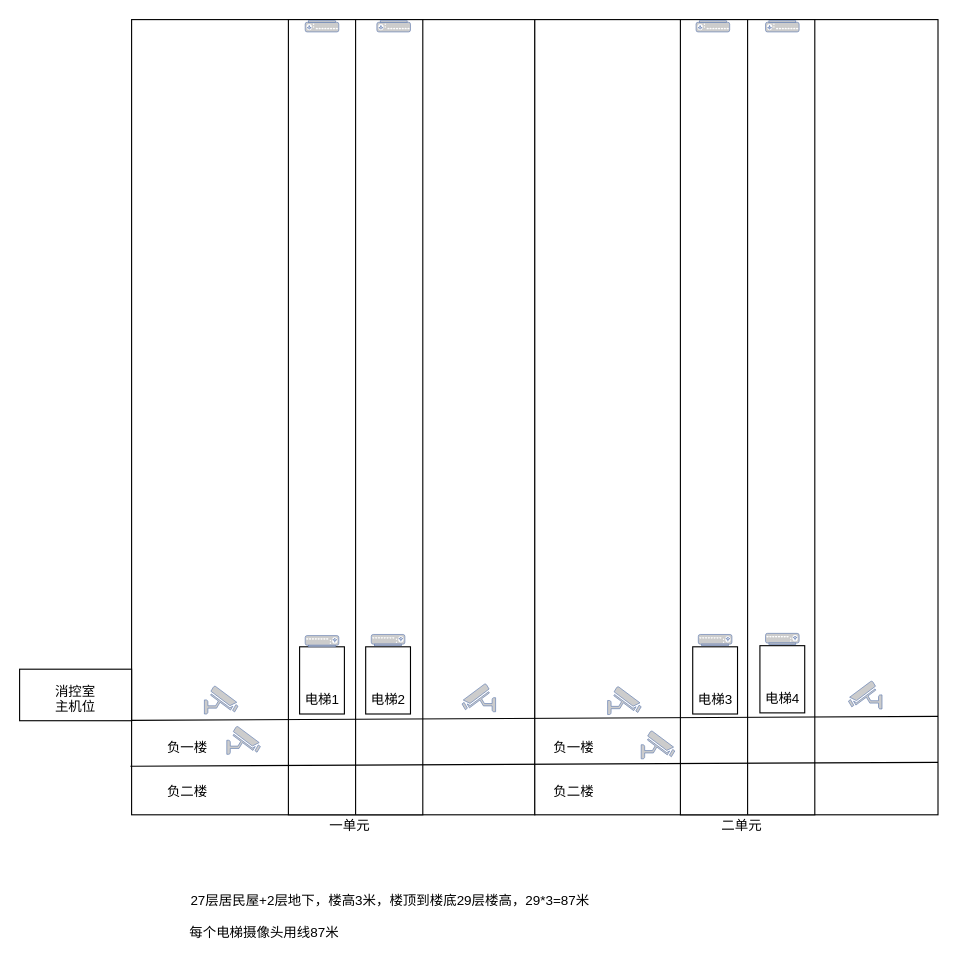
Earlier version of the draw.io diagram 监控示意图.drawio (UTOUUCENTER-CD/draw.io). Source tidied: cells renumbered, new cells numbered last; positions are measured from the earlier drawing's top-left corner, leaving out a move shared by most shapes. Both pictures are drawn from the tidied source at 112%, with x=0, y=0 at pixel (19, 19).
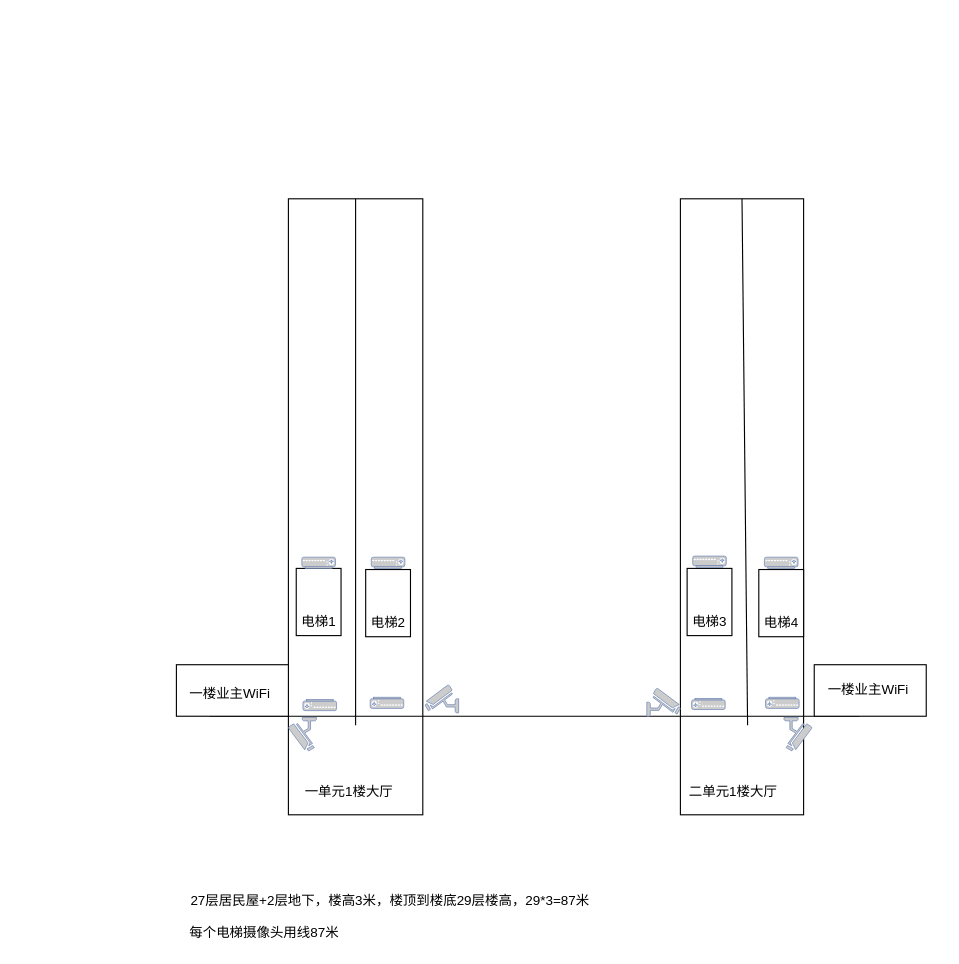
After the change.

Commit message:
2栋业主众筹监控安装示意图.drawio

What changed in the source:
```diff
@@
-    <mxCell id="2" style="rounded=0;whiteSpace=wrap;html=1;" parent="1" vertex="1">
-      <mxGeometry x="100" width="360" height="710" as="geometry" />
-    </mxCell>
-    <mxCell id="3" style="rounded=0;whiteSpace=wrap;html=1;" parent="1" vertex="1">
-      <mxGeometry x="460" width="360" height="710" as="geometry" />
-    </mxCell>
     <mxCell id="4" style="rounded=0;whiteSpace=wrap;html=1;" parent="1" vertex="1">
-      <mxGeometry x="240" width="120" height="710" as="geometry" />
+      <mxGeometry x="240" y="160" width="120" height="550" as="geometry" />
     </mxCell>
-    <mxCell id="5" style="endArrow=none;html=1;entryX=0.5;entryY=0;entryDx=0;entryDy=0;exitX=0.5;exitY=1;exitDx=0;exitDy=0;" parent="1" edge="1" source="4" target="4">
-      <mxGeometry relative="1" as="geometry" />
+    <mxCell id="5" style="endArrow=none;html=1;entryX=0.5;entryY=0;entryDx=0;entryDy=0;" parent="1" edge="1" target="4">
+      <mxGeometry relative="1" as="geometry">
+        <mxPoint x="300" y="630" as="sourcePoint" />
+      </mxGeometry>
     </mxCell>
     <mxCell id="6" style="rounded=0;whiteSpace=wrap;html=1;" parent="1" vertex="1">
-      <mxGeometry x="590" width="120" height="710" as="geometry" />
+      <mxGeometry x="590" y="160" width="110" height="550" as="geometry" />
     </mxCell>
-    <mxCell id="7" style="endArrow=none;html=1;entryX=0.5;entryY=0;entryDx=0;entryDy=0;exitX=0.5;exitY=1;exitDx=0;exitDy=0;" parent="1" edge="1" source="6" target="6">
-      <mxGeometry relative="1" as="geometry" />
+    <mxCell id="7" style="endArrow=none;html=1;entryX=0.5;entryY=0;entryDx=0;entryDy=0;" parent="1" edge="1" target="6">
+      <mxGeometry relative="1" as="geometry">
+        <mxPoint x="650" y="630" as="sourcePoint" />
+      </mxGeometry>
     </mxCell>
-    <mxCell id="8" style="endArrow=none;html=1;exitX=-0.003;exitY=0.939;exitDx=0;exitDy=0;exitPerimeter=0;entryX=1;entryY=0.934;entryDx=0;entryDy=0;entryPerimeter=0;" parent="1" edge="1" source="2" target="3">
-      <mxGeometry relative="1" as="geometry" />
-    </mxCell>
-    <mxCell id="9" style="endArrow=none;html=1;exitX=-0.003;exitY=0.939;exitDx=0;exitDy=0;exitPerimeter=0;entryX=1;entryY=0.934;entryDx=0;entryDy=0;entryPerimeter=0;" parent="1" edge="1">
+    <mxCell id="9" style="endArrow=none;html=1;" parent="1" edge="1">
       <mxGeometry relative="1" as="geometry">
-        <mxPoint x="98.9" y="625.7" as="sourcePoint" />
-        <mxPoint x="820" y="622.1" as="targetPoint" />
+        <mxPoint x="170" y="622" as="sourcePoint" />
+        <mxPoint x="750" y="622" as="targetPoint" />
       </mxGeometry>
     </mxCell>
-    <mxCell id="10" value="负一楼" style="text;html=1;align=left;verticalAlign=top;spacingTop=-4;" parent="1" vertex="1">
-      <mxGeometry x="130" y="640" width="50" height="20" as="geometry" />
-    </mxCell>
-    <mxCell id="11" value="负二楼" style="text;html=1;align=left;verticalAlign=top;spacingTop=-4;" parent="1" vertex="1">
-      <mxGeometry x="130" y="680" width="50" height="20" as="geometry" />
-    </mxCell>
-    <mxCell id="12" style="fontColor=#0066CC;verticalAlign=top;verticalLabelPosition=bottom;labelPosition=center;align=center;html=1;fillColor=#CCCCCC;strokeColor=#6881B3;gradientColor=none;gradientDirection=north;strokeWidth=2;shape=mxgraph.networks.security_camera;" parent="1" vertex="1">
-      <mxGeometry x="165" y="595" width="30" height="25" as="geometry" />
+    <mxCell id="12" style="fontColor=#0066CC;verticalAlign=top;verticalLabelPosition=bottom;labelPosition=center;align=center;html=1;fillColor=#CCCCCC;strokeColor=#6881B3;gradientColor=none;gradientDirection=north;strokeWidth=2;shape=mxgraph.networks.security_camera;direction=south;flipH=1;" parent="1" vertex="1">
+      <mxGeometry x="240" y="623" width="25" height="30" as="geometry" />
     </mxCell>
     <mxCell id="13" style="fontColor=#0066CC;verticalAlign=top;verticalLabelPosition=bottom;labelPosition=center;align=center;html=1;fillColor=#CCCCCC;strokeColor=#6881B3;gradientColor=none;gradientDirection=north;strokeWidth=2;shape=mxgraph.networks.security_camera;flipH=1;" parent="1" vertex="1">
-      <mxGeometry x="395" y="593" width="30" height="25" as="geometry" />
+      <mxGeometry x="362" y="594" width="30" height="25" as="geometry" />
     </mxCell>
-    <mxCell id="14" style="fontColor=#0066CC;verticalAlign=top;verticalLabelPosition=bottom;labelPosition=center;align=center;html=1;fillColor=#CCCCCC;strokeColor=#6881B3;gradientColor=none;gradientDirection=north;strokeWidth=2;shape=mxgraph.networks.security_camera;" parent="1" vertex="1">
-      <mxGeometry x="185" y="631" width="30" height="25" as="geometry" />
-    </mxCell>
-    <mxCell id="15" style="group;" parent="1" vertex="1">
-      <mxGeometry x="250" y="560" width="53" height="60" as="geometry" />
-    </mxCell>
-    <mxCell id="16" style="rounded=0;whiteSpace=wrap;html=1;" parent="15" vertex="1">
-      <mxGeometry width="40" height="60" as="geometry" />
-    </mxCell>
-    <mxCell id="17" value="电梯1" style="text;html=1;align=left;verticalAlign=top;spacingTop=-4;" parent="15" vertex="1">
-      <mxGeometry x="3" y="38" width="50" height="20" as="geometry" />
-    </mxCell>
-    <mxCell id="18" style="group;" parent="1" vertex="1">
-      <mxGeometry x="309" y="560" width="53" height="60" as="geometry" />
-    </mxCell>
-    <mxCell id="19" style="rounded=0;whiteSpace=wrap;html=1;" parent="18" vertex="1">
-      <mxGeometry width="40" height="60" as="geometry" />
-    </mxCell>
-    <mxCell id="20" value="电梯2" style="text;html=1;align=left;verticalAlign=top;spacingTop=-4;" parent="18" vertex="1">
-      <mxGeometry x="3" y="38" width="50" height="20" as="geometry" />
-    </mxCell>
-    <mxCell id="21" style="group;" parent="1" vertex="1">
-      <mxGeometry x="601" y="560" width="53" height="60" as="geometry" />
-    </mxCell>
-    <mxCell id="22" style="rounded=0;whiteSpace=wrap;html=1;" parent="21" vertex="1">
-      <mxGeometry width="40" height="60" as="geometry" />
-    </mxCell>
-    <mxCell id="23" value="电梯3" style="text;html=1;align=left;verticalAlign=top;spacingTop=-4;" parent="21" vertex="1">
-      <mxGeometry x="3" y="38" width="50" height="20" as="geometry" />
-    </mxCell>
-    <mxCell id="24" style="group;" parent="1" vertex="1">
-      <mxGeometry x="661" y="559" width="53" height="60" as="geometry" />
-    </mxCell>
-    <mxCell id="25" style="rounded=0;whiteSpace=wrap;html=1;" parent="24" vertex="1">
-      <mxGeometry width="40" height="60" as="geometry" />
-    </mxCell>
-    <mxCell id="26" value="电梯4" style="text;html=1;align=left;verticalAlign=top;spacingTop=-4;" parent="24" vertex="1">
-      <mxGeometry x="3" y="38" width="50" height="20" as="geometry" />
-    </mxCell>
-    <mxCell id="27" style="fontColor=#0066CC;verticalAlign=top;verticalLabelPosition=bottom;labelPosition=center;align=center;html=1;fillColor=#CCCCCC;strokeColor=#6881B3;gradientColor=none;gradientDirection=north;strokeWidth=2;shape=mxgraph.networks.security_camera;" parent="1" vertex="1">
-      <mxGeometry x="525" y="595.5" width="30" height="25" as="geometry" />
+    <mxCell id="27" style="fontColor=#0066CC;verticalAlign=top;verticalLabelPosition=bottom;labelPosition=center;align=center;html=1;fillColor=#CCCCCC;strokeColor=#6881B3;gradientColor=none;gradientDirection=north;strokeWidth=2;shape=mxgraph.networks.security_camera;direction=south;" parent="1" vertex="1">
+      <mxGeometry x="682.5" y="623" width="25" height="30" as="geometry" />
     </mxCell>
-    <mxCell id="28" style="fontColor=#0066CC;verticalAlign=top;verticalLabelPosition=bottom;labelPosition=center;align=center;html=1;fillColor=#CCCCCC;strokeColor=#6881B3;gradientColor=none;gradientDirection=north;strokeWidth=2;shape=mxgraph.networks.security_camera;flipH=1;" parent="1" vertex="1">
-      <mxGeometry x="740" y="590.5" width="30" height="25" as="geometry" />
+    <mxCell id="28" style="fontColor=#0066CC;verticalAlign=top;verticalLabelPosition=bottom;labelPosition=center;align=center;html=1;fillColor=#CCCCCC;strokeColor=#6881B3;gradientColor=none;gradientDirection=north;strokeWidth=2;shape=mxgraph.networks.security_camera;flipH=0;flipV=0;" parent="1" vertex="1">
+      <mxGeometry x="560" y="597" width="30" height="25" as="geometry" />
     </mxCell>
-    <mxCell id="29" style="fontColor=#0066CC;verticalAlign=top;verticalLabelPosition=bottom;labelPosition=center;align=center;html=1;fillColor=#CCCCCC;strokeColor=#6881B3;gradientColor=none;gradientDirection=north;strokeWidth=2;shape=mxgraph.networks.security_camera;" parent="1" vertex="1">
-      <mxGeometry x="555" y="635" width="30" height="25" as="geometry" />
-    </mxCell>
-    <mxCell id="30" value="一单元" style="text;html=1;align=left;verticalAlign=top;spacingTop=-4;" parent="1" vertex="1">
-      <mxGeometry x="275" y="710" width="50" height="20" as="geometry" />
+    <mxCell id="30" value="一单元1楼大厅" style="text;html=1;align=left;verticalAlign=top;spacingTop=-4;" parent="1" vertex="1">
+      <mxGeometry x="253" y="680" width="90" height="20" as="geometry" />
     </mxCell>
-    <mxCell id="31" value="二单元" style="text;html=1;align=left;verticalAlign=top;spacingTop=-4;" parent="1" vertex="1">
-      <mxGeometry x="625" y="710" width="50" height="20" as="geometry" />
+    <mxCell id="31" value="二单元1楼大厅" style="text;html=1;align=left;verticalAlign=top;spacingTop=-4;" parent="1" vertex="1">
+      <mxGeometry x="596" y="680" width="90" height="20" as="geometry" />
     </mxCell>
-    <mxCell id="32" value="负一楼" style="text;html=1;align=left;verticalAlign=top;spacingTop=-4;" parent="1" vertex="1">
-      <mxGeometry x="475" y="640" width="50" height="20" as="geometry" />
-    </mxCell>
-    <mxCell id="33" value="负二楼" style="text;html=1;align=left;verticalAlign=top;spacingTop=-4;" parent="1" vertex="1">
-      <mxGeometry x="475" y="680" width="50" height="20" as="geometry" />
-    </mxCell>
@@
     <mxCell id="35" style="rounded=0;whiteSpace=wrap;html=1;" parent="1" vertex="1">
-      <mxGeometry y="580" width="100" height="46" as="geometry" />
+      <mxGeometry x="140" y="576" width="100" height="46" as="geometry" />
     </mxCell>
-    <mxCell id="36" value="消控室&lt;br&gt;主机位" style="text;html=1;align=left;verticalAlign=top;spacingTop=-4;" parent="1" vertex="1">
-      <mxGeometry x="30" y="590" width="50" height="30" as="geometry" />
+    <mxCell id="36" value="一楼业主WiFi" style="text;html=1;align=left;verticalAlign=top;spacingTop=-4;" parent="1" vertex="1">
+      <mxGeometry x="150" y="591.5" width="90" height="20" as="geometry" />
     </mxCell>
@@
     <mxCell id="38" style="fontColor=#0066CC;verticalAlign=top;verticalLabelPosition=bottom;labelPosition=center;align=center;html=1;fillColor=#CCCCCC;strokeColor=#6881B3;gradientColor=none;gradientDirection=north;strokeWidth=2;shape=mxgraph.networks.load_balancer;direction=west;" parent="1" vertex="1">
-      <mxGeometry x="255" y="1" width="30" height="10" as="geometry" />
+      <mxGeometry x="253" y="607" width="30" height="10" as="geometry" />
     </mxCell>
     <mxCell id="39" style="fontColor=#0066CC;verticalAlign=top;verticalLabelPosition=bottom;labelPosition=center;align=center;html=1;fillColor=#CCCCCC;strokeColor=#6881B3;gradientColor=none;gradientDirection=north;strokeWidth=2;shape=mxgraph.networks.load_balancer;direction=west;" parent="1" vertex="1">
-      <mxGeometry x="319" y="1" width="30" height="10" as="geometry" />
+      <mxGeometry x="313" y="605" width="30" height="10" as="geometry" />
     </mxCell>
     <mxCell id="40" style="fontColor=#0066CC;verticalAlign=top;verticalLabelPosition=bottom;labelPosition=center;align=center;html=1;fillColor=#CCCCCC;strokeColor=#6881B3;gradientColor=none;gradientDirection=north;strokeWidth=2;shape=mxgraph.networks.load_balancer;direction=west;" parent="1" vertex="1">
-      <mxGeometry x="604" y="1" width="30" height="10" as="geometry" />
+      <mxGeometry x="600" y="606" width="30" height="10" as="geometry" />
     </mxCell>
     <mxCell id="41" style="fontColor=#0066CC;verticalAlign=top;verticalLabelPosition=bottom;labelPosition=center;align=center;html=1;fillColor=#CCCCCC;strokeColor=#6881B3;gradientColor=none;gradientDirection=north;strokeWidth=2;shape=mxgraph.networks.load_balancer;direction=west;" parent="1" vertex="1">
-      <mxGeometry x="666" y="1" width="30" height="10" as="geometry" />
+      <mxGeometry x="666" y="605" width="30" height="10" as="geometry" />
     </mxCell>
+    <mxCell id="46" style="rounded=0;whiteSpace=wrap;html=1;" parent="1" vertex="1">
+      <mxGeometry x="709.5" y="576" width="100" height="46" as="geometry" />
+    </mxCell>
+    <mxCell id="47" value="一楼业主WiFi" style="text;html=1;align=left;verticalAlign=top;spacingTop=-4;" parent="1" vertex="1">
+      <mxGeometry x="719.5" y="589" width="90" height="20" as="geometry" />
+    </mxCell>
+    <mxCell id="48" style="group;" parent="1" vertex="1">
+      <mxGeometry x="247" y="480" width="53" height="70" as="geometry" />
+    </mxCell>
+    <mxCell id="15" style="group;" parent="48" vertex="1">
+      <mxGeometry y="10" width="53" height="60" as="geometry" />
+    </mxCell>
+    <mxCell id="16" style="rounded=0;whiteSpace=wrap;html=1;" parent="15" vertex="1">
+      <mxGeometry width="40" height="60" as="geometry" />
+    </mxCell>
+    <mxCell id="17" value="电梯1" style="text;html=1;align=left;verticalAlign=top;spacingTop=-4;" parent="15" vertex="1">
+      <mxGeometry x="3" y="38" width="50" height="20" as="geometry" />
+    </mxCell>
-    <mxCell id="42" style="fontColor=#0066CC;verticalAlign=top;verticalLabelPosition=bottom;labelPosition=center;align=center;html=1;fillColor=#CCCCCC;strokeColor=#6881B3;gradientColor=none;gradientDirection=north;strokeWidth=2;shape=mxgraph.networks.load_balancer;direction=east;" parent="1" vertex="1">
-      <mxGeometry x="255" y="550" width="30" height="10" as="geometry" />
+    <mxCell id="42" style="fontColor=#0066CC;verticalAlign=top;verticalLabelPosition=bottom;labelPosition=center;align=center;html=1;fillColor=#CCCCCC;strokeColor=#6881B3;gradientColor=none;gradientDirection=north;strokeWidth=2;shape=mxgraph.networks.load_balancer;direction=east;" parent="48" vertex="1">
+      <mxGeometry x="5" width="30" height="10" as="geometry" />
     </mxCell>
+    <mxCell id="49" style="group;" parent="1" vertex="1">
+      <mxGeometry x="309" y="480" width="53" height="71" as="geometry" />
+    </mxCell>
+    <mxCell id="18" style="group;" parent="49" vertex="1">
+      <mxGeometry y="11" width="53" height="60" as="geometry" />
+    </mxCell>
+    <mxCell id="50" style="group;" parent="18" vertex="1">
+      <mxGeometry width="53" height="60" as="geometry" />
+    </mxCell>
+    <mxCell id="19" style="rounded=0;whiteSpace=wrap;html=1;" parent="50" vertex="1">
+      <mxGeometry width="40" height="60" as="geometry" />
+    </mxCell>
+    <mxCell id="20" value="电梯2" style="text;html=1;align=left;verticalAlign=top;spacingTop=-4;" parent="50" vertex="1">
+      <mxGeometry x="3" y="38" width="50" height="20" as="geometry" />
+    </mxCell>
-    <mxCell id="43" style="fontColor=#0066CC;verticalAlign=top;verticalLabelPosition=bottom;labelPosition=center;align=center;html=1;fillColor=#CCCCCC;strokeColor=#6881B3;gradientColor=none;gradientDirection=north;strokeWidth=2;shape=mxgraph.networks.load_balancer;direction=east;" parent="1" vertex="1">
-      <mxGeometry x="314" y="549" width="30" height="10" as="geometry" />
+    <mxCell id="43" style="fontColor=#0066CC;verticalAlign=top;verticalLabelPosition=bottom;labelPosition=center;align=center;html=1;fillColor=#CCCCCC;strokeColor=#6881B3;gradientColor=none;gradientDirection=north;strokeWidth=2;shape=mxgraph.networks.load_balancer;direction=east;" parent="49" vertex="1">
+      <mxGeometry x="5" width="30" height="10" as="geometry" />
     </mxCell>
+    <mxCell id="51" style="group;" parent="1" vertex="1">
+      <mxGeometry x="596" y="479" width="53" height="71" as="geometry" />
+    </mxCell>
+    <mxCell id="21" style="group;" parent="51" vertex="1">
+      <mxGeometry y="11" width="53" height="60" as="geometry" />
+    </mxCell>
+    <mxCell id="22" style="rounded=0;whiteSpace=wrap;html=1;" parent="21" vertex="1">
+      <mxGeometry width="40" height="60" as="geometry" />
+    </mxCell>
+    <mxCell id="23" value="电梯3" style="text;html=1;align=left;verticalAlign=top;spacingTop=-4;" parent="21" vertex="1">
+      <mxGeometry x="3" y="38" width="50" height="20" as="geometry" />
+    </mxCell>
-    <mxCell id="44" style="fontColor=#0066CC;verticalAlign=top;verticalLabelPosition=bottom;labelPosition=center;align=center;html=1;fillColor=#CCCCCC;strokeColor=#6881B3;gradientColor=none;gradientDirection=north;strokeWidth=2;shape=mxgraph.networks.load_balancer;direction=east;" parent="1" vertex="1">
-      <mxGeometry x="606" y="549" width="30" height="10" as="geometry" />
+    <mxCell id="44" style="fontColor=#0066CC;verticalAlign=top;verticalLabelPosition=bottom;labelPosition=center;align=center;html=1;fillColor=#CCCCCC;strokeColor=#6881B3;gradientColor=none;gradientDirection=north;strokeWidth=2;shape=mxgraph.networks.load_balancer;direction=east;" parent="51" vertex="1">
+      <mxGeometry x="5" width="30" height="10" as="geometry" />
     </mxCell>
+    <mxCell id="52" style="group;" parent="1" vertex="1">
+      <mxGeometry x="660" y="480" width="53" height="71" as="geometry" />
+    </mxCell>
+    <mxCell id="24" style="group;" parent="52" vertex="1">
+      <mxGeometry y="11" width="53" height="60" as="geometry" />
+    </mxCell>
+    <mxCell id="25" style="rounded=0;whiteSpace=wrap;html=1;" parent="24" vertex="1">
+      <mxGeometry width="40" height="60" as="geometry" />
+    </mxCell>
+    <mxCell id="26" value="电梯4" style="text;html=1;align=left;verticalAlign=top;spacingTop=-4;" parent="24" vertex="1">
+      <mxGeometry x="3" y="38" width="50" height="20" as="geometry" />
+    </mxCell>
-    <mxCell id="45" style="fontColor=#0066CC;verticalAlign=top;verticalLabelPosition=bottom;labelPosition=center;align=center;html=1;fillColor=#CCCCCC;strokeColor=#6881B3;gradientColor=none;gradientDirection=north;strokeWidth=2;shape=mxgraph.networks.load_balancer;direction=east;" parent="1" vertex="1">
-      <mxGeometry x="666" y="548" width="30" height="10" as="geometry" />
+    <mxCell id="45" style="fontColor=#0066CC;verticalAlign=top;verticalLabelPosition=bottom;labelPosition=center;align=center;html=1;fillColor=#CCCCCC;strokeColor=#6881B3;gradientColor=none;gradientDirection=north;strokeWidth=2;shape=mxgraph.networks.load_balancer;direction=east;" parent="52" vertex="1">
+      <mxGeometry x="5" width="30" height="10" as="geometry" />
     </mxCell>
```
